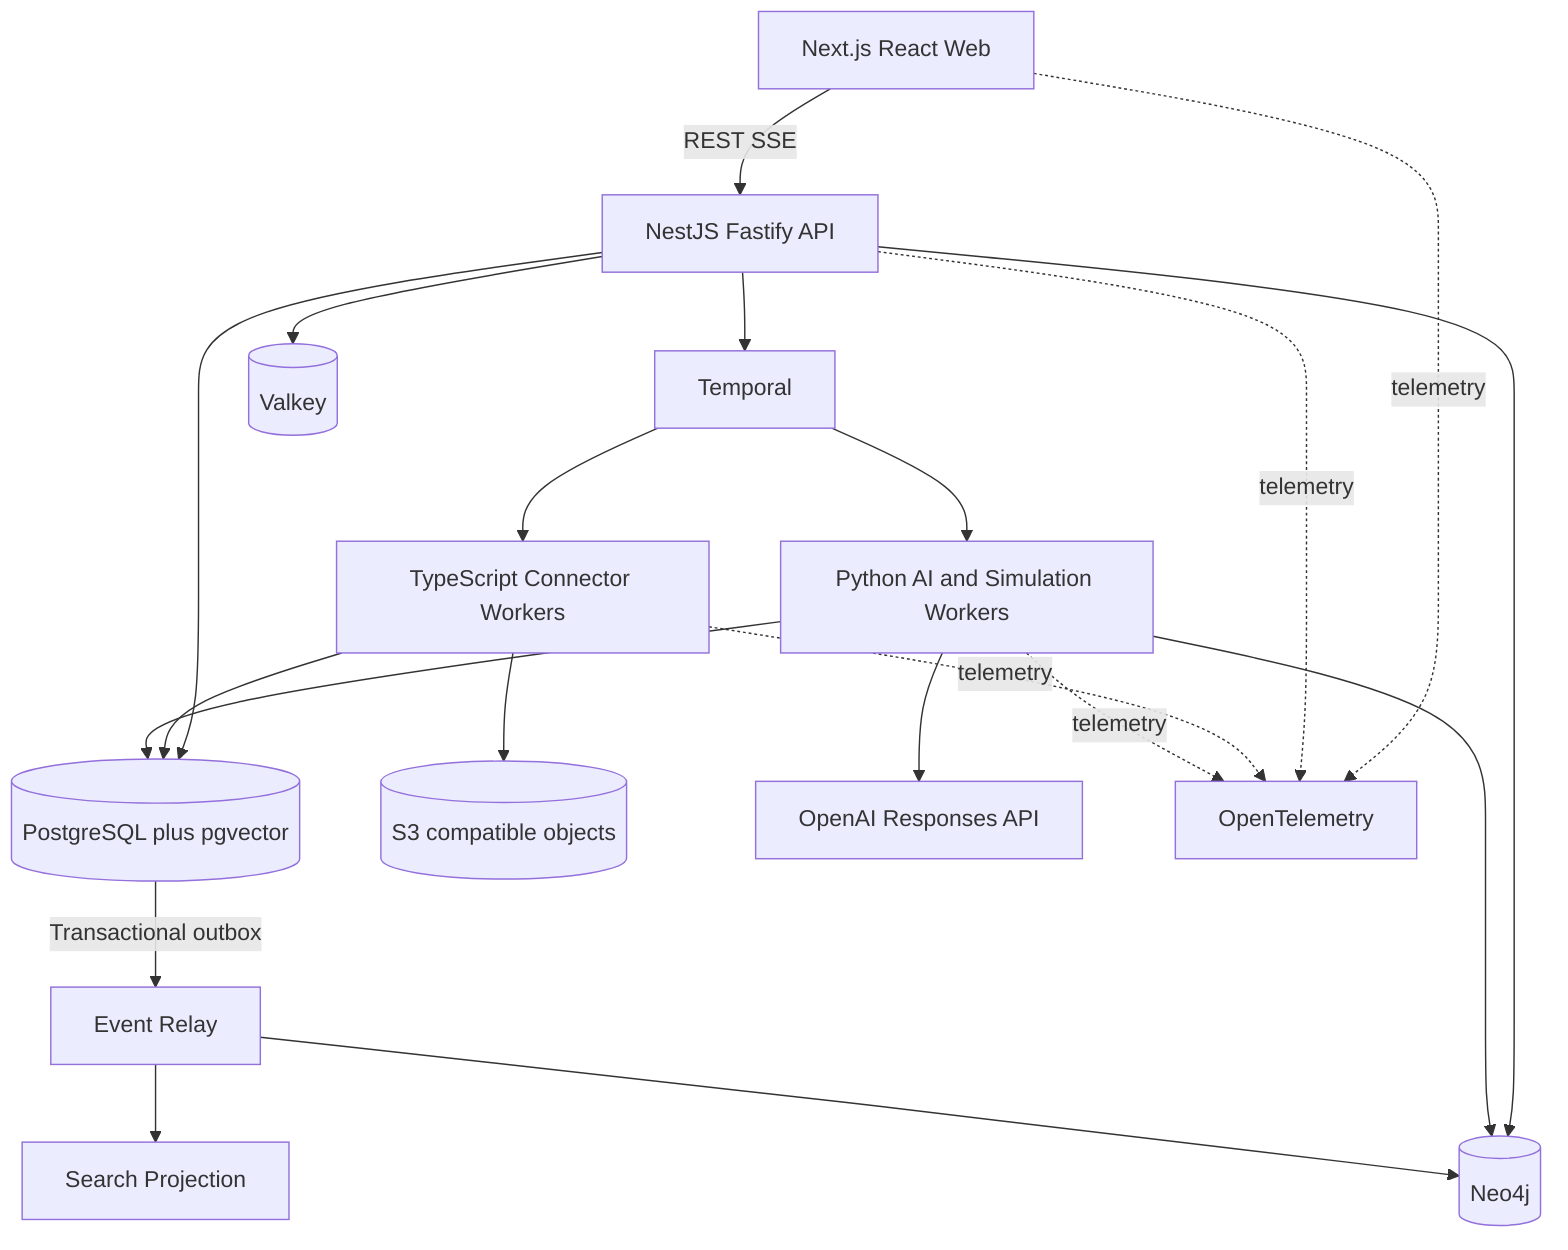
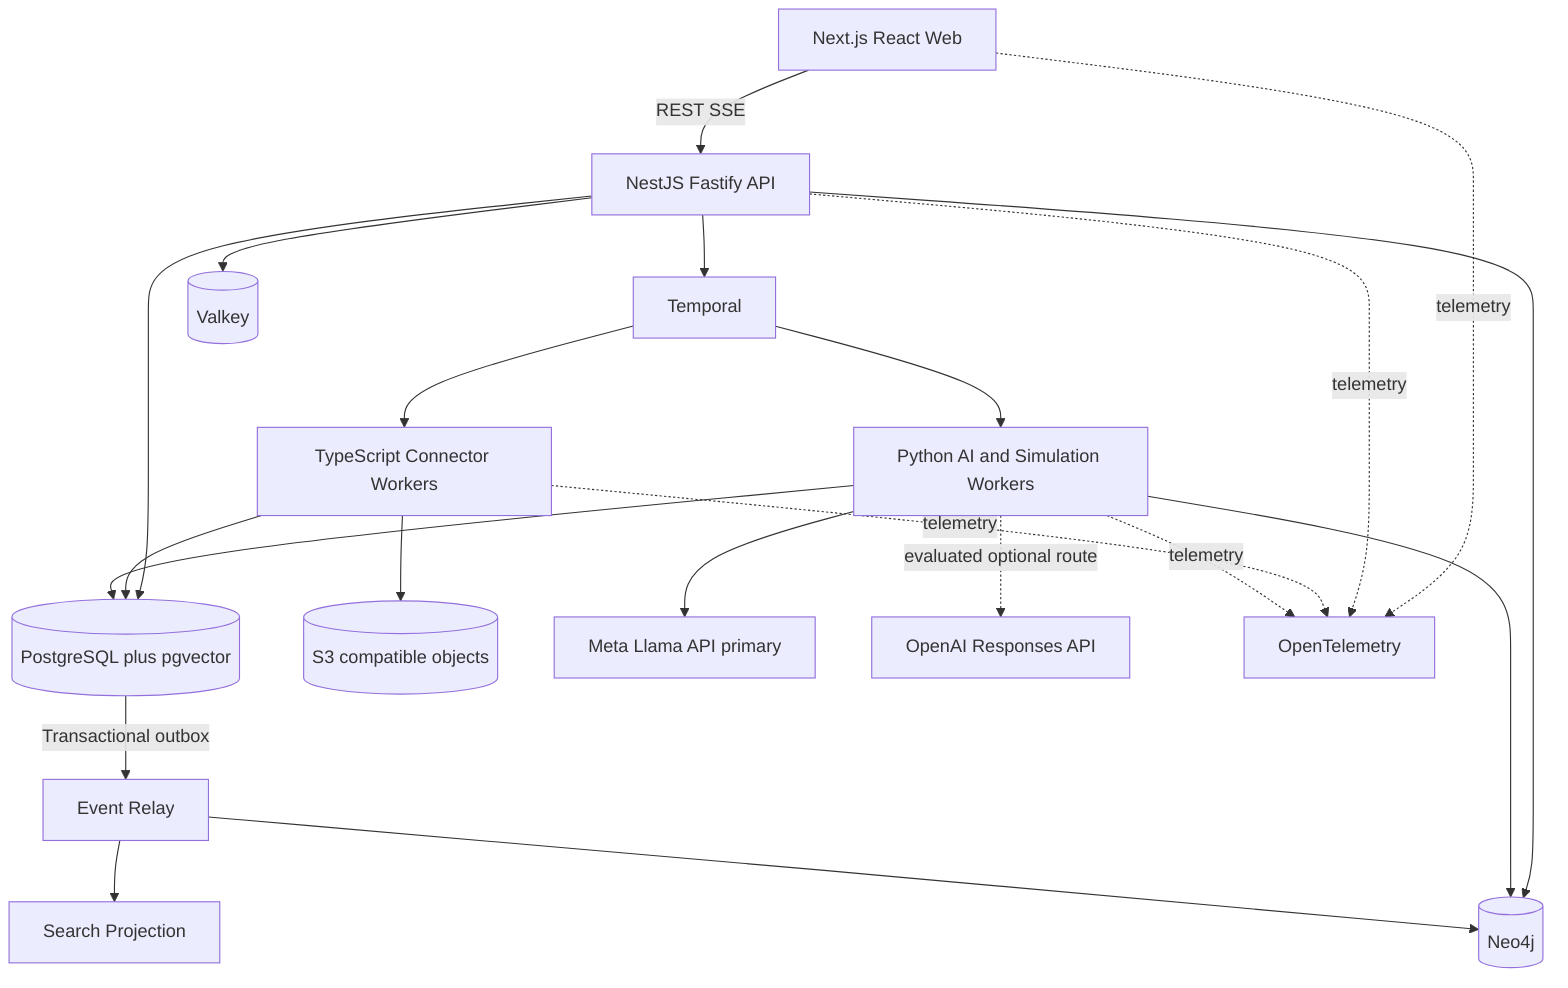
flowchart TB
  Web[Next.js React Web] -->|REST SSE| API[NestJS Fastify API]
  API --> Temporal[Temporal]
  Temporal --> Connectors[TypeScript Connector Workers]
  Temporal --> AI[Python AI and Simulation Workers]
  API --> PG[(PostgreSQL plus pgvector)]
  API --> Graph[(Neo4j)]
  API --> Cache[(Valkey)]
  Connectors --> PG
  Connectors --> Objects[(S3 compatible objects)]
  AI --> PG
  AI --> Graph
-   AI --> OpenAI[OpenAI Responses API]
+   AI --> Llama[Meta Llama API primary]
+   AI -. evaluated optional route .-> OpenAI[OpenAI Responses API]
  PG -->|Transactional outbox| Relay[Event Relay]
  Relay --> Graph
  Relay --> Search[Search Projection]
  Web -. telemetry .-> OTel[OpenTelemetry]
  API -. telemetry .-> OTel
  Connectors -. telemetry .-> OTel
  AI -. telemetry .-> OTel
- 
